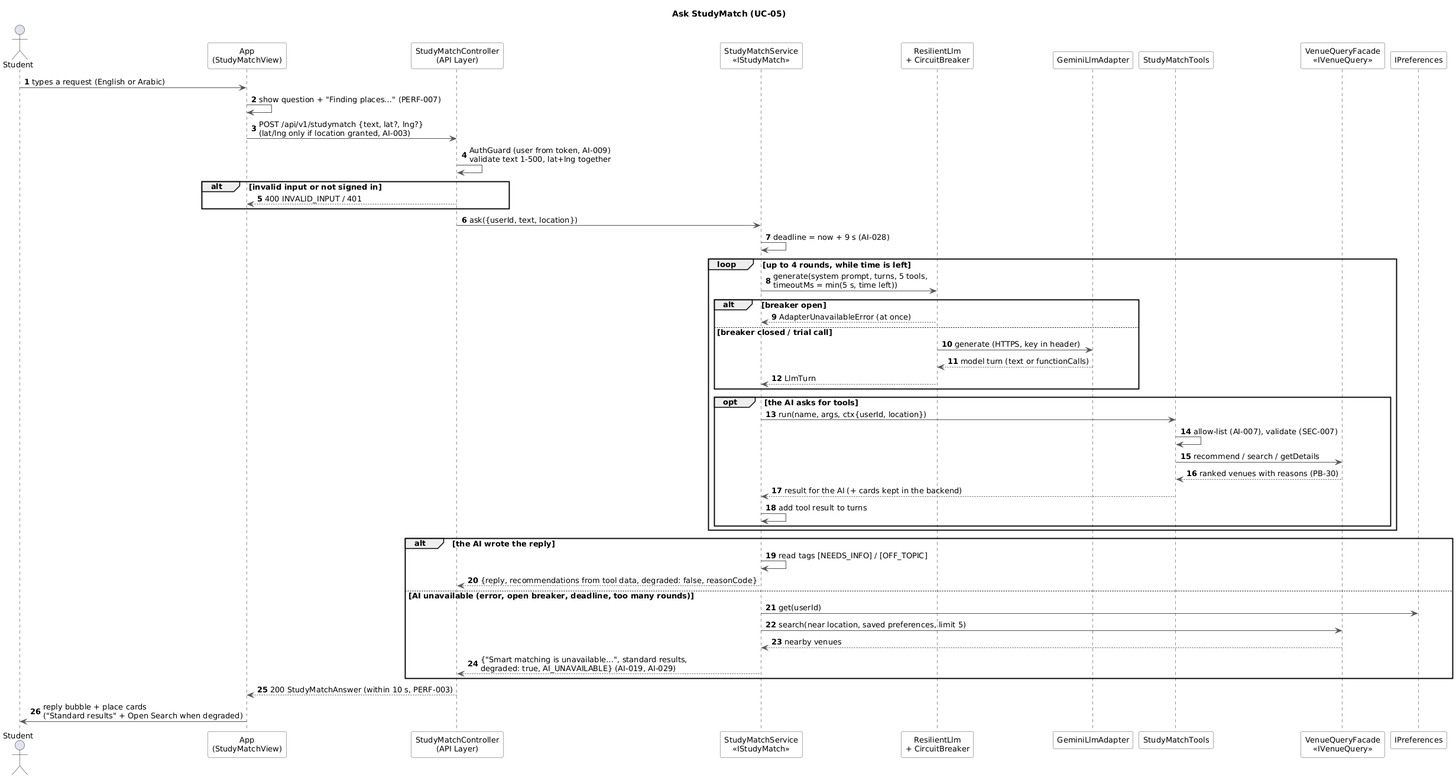
This is docs/architecture/uml/studymatch-sequence.png from yasmeennasrr/StudySpot, a PlantUML export, as it was before one commit. Source of this version:
```plantuml
@startuml studymatch-sequence
skinparam shadowing false
skinparam defaultFontName Helvetica
skinparam defaultFontSize 13
skinparam sequenceMessageAlign left
skinparam ParticipantBackgroundColor white
skinparam ParticipantBorderColor #555555
skinparam ArrowColor #555555
autonumber

title Ask StudyMatch (UC-05)

actor Student
participant "App\n(StudyMatchView)" as App
participant "StudyMatchController\n(API Layer)" as API
participant "StudyMatchService\n«IStudyMatch»" as SM
participant "ResilientLlm\n+ CircuitBreaker" as RL
participant "GeminiLlmAdapter" as Gemini
participant "StudyMatchTools" as Tools
participant "VenueQueryFacade\n«IVenueQuery»" as Venues
participant "IPreferences" as Prefs

Student -> App : types a request (English or Arabic)
App -> App : show question + "Finding places…" (PERF-007)
App -> API : POST /api/v1/studymatch {text, lat?, lng?}\n(lat/lng only if location granted, AI-003)
API -> API : AuthGuard (user from token, AI-009)\nvalidate text 1-500, lat+lng together
alt invalid input or not signed in
  API --> App : 400 INVALID_INPUT / 401
end
API -> SM : ask({userId, text, location})
SM -> SM : deadline = now + 9 s (AI-028)

loop up to 4 rounds, while time is left
  SM -> RL : generate(system prompt, turns, 5 tools,\ntimeoutMs = min(5 s, time left))
  alt breaker open
    RL --> SM : AdapterUnavailableError (at once)
  else breaker closed / trial call
    RL -> Gemini : generate (HTTPS, key in header)
    Gemini --> RL : model turn (text or functionCalls)
    RL --> SM : LlmTurn
  end
  opt the AI asks for tools
    SM -> Tools : run(name, args, ctx{userId, location})
    Tools -> Tools : allow-list (AI-007), validate (SEC-007)
    Tools -> Venues : recommend / search / getDetails
    Venues --> Tools : ranked venues with reasons (PB-30)
    Tools --> SM : result for the AI (+ cards kept in the backend)
    SM -> SM : add tool result to turns
  end
end

alt the AI wrote the reply
  SM -> SM : read tags [NEEDS_INFO] / [OFF_TOPIC]
  SM --> API : {reply, recommendations from tool data, degraded: false, reasonCode}
else AI unavailable (error, open breaker, deadline, too many rounds)
  SM -> Prefs : get(userId)
  SM -> Venues : search(near location, saved preferences, limit 5)
  Venues --> SM : nearby venues
  SM --> API : {"Smart matching is unavailable…", standard results,\ndegraded: true, AI_UNAVAILABLE} (AI-019, AI-029)
end
API --> App : 200 StudyMatchAnswer (within 10 s, PERF-003)
App -> Student : reply bubble + place cards\n("Standard results" + Open Search when degraded)
@enduml
```
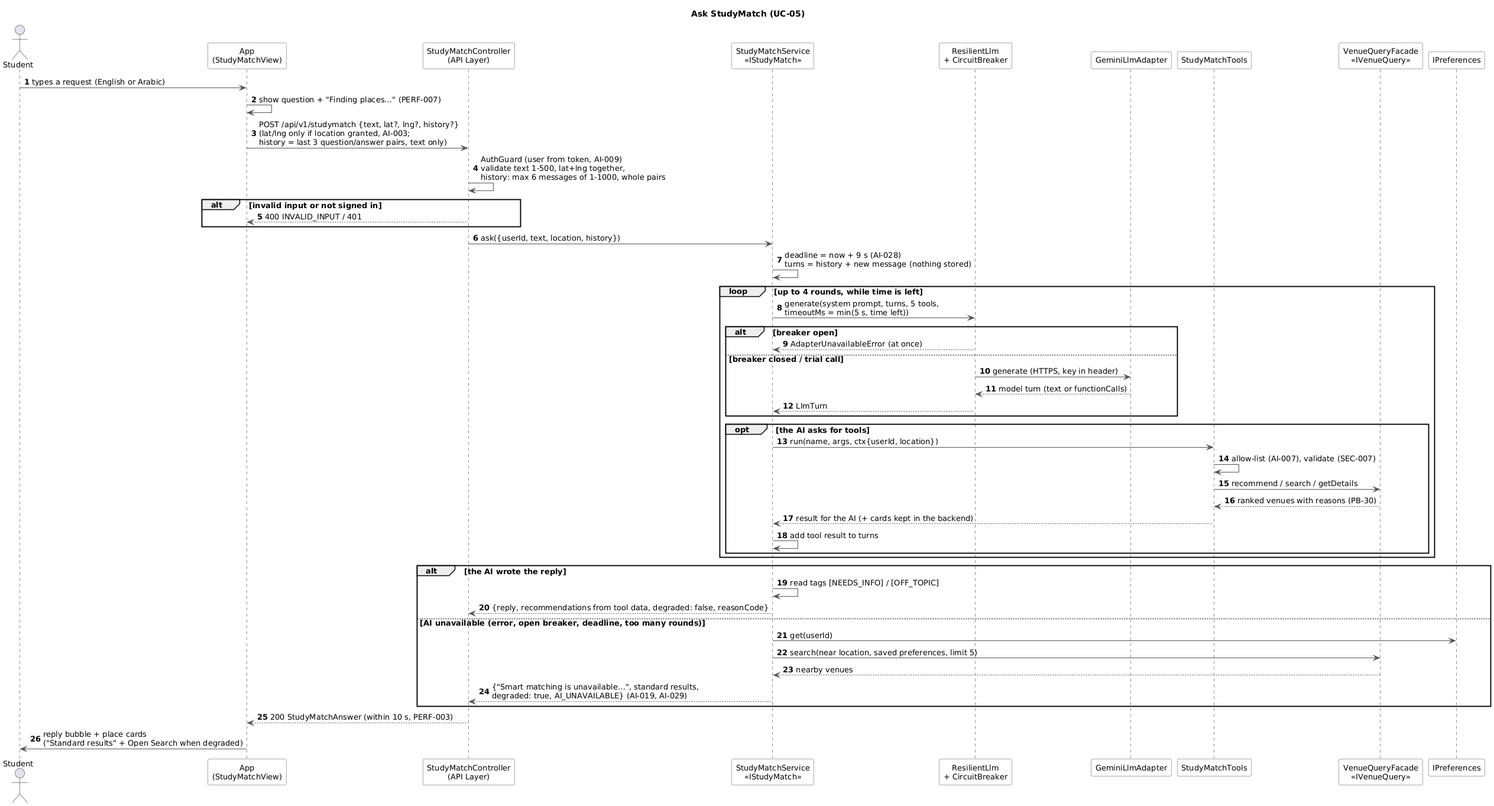
Above is the later version.

The edit, as a diff of the source:
```diff
@@ -22,13 +22,13 @@
 
 Student -> App : types a request (English or Arabic)
 App -> App : show question + "Finding places…" (PERF-007)
-App -> API : POST /api/v1/studymatch {text, lat?, lng?}\n(lat/lng only if location granted, AI-003)
-API -> API : AuthGuard (user from token, AI-009)\nvalidate text 1-500, lat+lng together
+App -> API : POST /api/v1/studymatch {text, lat?, lng?, history?}\n(lat/lng only if location granted, AI-003;\nhistory = last 3 question/answer pairs, text only)
+API -> API : AuthGuard (user from token, AI-009)\nvalidate text 1-500, lat+lng together,\nhistory: max 6 messages of 1-1000, whole pairs
 alt invalid input or not signed in
   API --> App : 400 INVALID_INPUT / 401
 end
-API -> SM : ask({userId, text, location})
-SM -> SM : deadline = now + 9 s (AI-028)
+API -> SM : ask({userId, text, location, history})
+SM -> SM : deadline = now + 9 s (AI-028)\nturns = history + new message (nothing stored)
 
 loop up to 4 rounds, while time is left
   SM -> RL : generate(system prompt, turns, 5 tools,\ntimeoutMs = min(5 s, time left))
```
